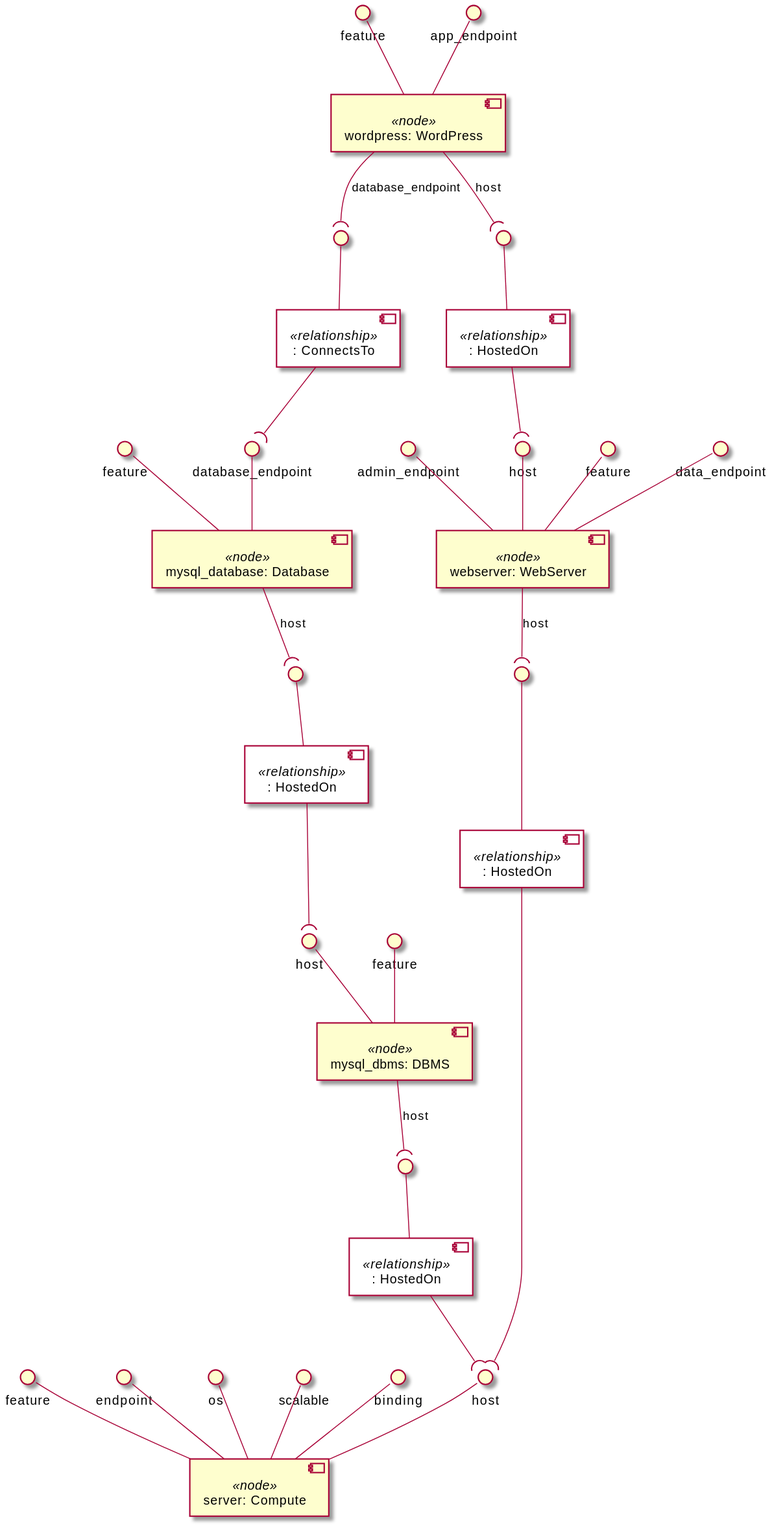
The PlantUML diagram examples/ariatosca/diagrams/uml2/webserver-dbms-1-1.0-uml2-component-diagram2.svg in Orange-OpenSource/Cloudnet-TOSCA-toolbox, before a commit. Source of this version:
```plantuml
@startuml
skinparam componentStyle uml2
skinparam component {
  backgroundColor<<relationship>> White
}

component "wordpress: WordPress" <<node>> as node_wordpress
interface "feature" as node_wordpress_feature
node_wordpress_feature -- node_wordpress
interface "app_endpoint" as node_wordpress_app_endpoint
node_wordpress_app_endpoint -- node_wordpress
component ": HostedOn" <<relationship>> as node_wordpress_host_relationship0
interface " " as node_wordpress_host_relationship0_source
node_wordpress_host_relationship0_source -- node_wordpress_host_relationship0
node_wordpress --( node_wordpress_host_relationship0_source : host
component ": ConnectsTo" <<relationship>> as node_wordpress_database_endpoint_relationship1
interface " " as node_wordpress_database_endpoint_relationship1_source
node_wordpress_database_endpoint_relationship1_source -- node_wordpress_database_endpoint_relationship1
node_wordpress --( node_wordpress_database_endpoint_relationship1_source : database_endpoint

component "mysql_database: Database" <<node>> as node_mysql_database
interface "feature" as node_mysql_database_feature
node_mysql_database_feature -- node_mysql_database
interface "database_endpoint" as node_mysql_database_database_endpoint
node_mysql_database_database_endpoint -- node_mysql_database
component ": HostedOn" <<relationship>> as node_mysql_database_host_relationship0
interface " " as node_mysql_database_host_relationship0_source
node_mysql_database_host_relationship0_source -- node_mysql_database_host_relationship0
node_mysql_database --( node_mysql_database_host_relationship0_source : host

component "mysql_dbms: DBMS" <<node>> as node_mysql_dbms
interface "feature" as node_mysql_dbms_feature
node_mysql_dbms_feature -- node_mysql_dbms
interface "host" as node_mysql_dbms_host
node_mysql_dbms_host -- node_mysql_dbms
component ": HostedOn" <<relationship>> as node_mysql_dbms_host_relationship0
interface " " as node_mysql_dbms_host_relationship0_source
node_mysql_dbms_host_relationship0_source -- node_mysql_dbms_host_relationship0
node_mysql_dbms --( node_mysql_dbms_host_relationship0_source : host

component "webserver: WebServer" <<node>> as node_webserver
interface "feature" as node_webserver_feature
node_webserver_feature -- node_webserver
interface "data_endpoint" as node_webserver_data_endpoint
node_webserver_data_endpoint -- node_webserver
interface "admin_endpoint" as node_webserver_admin_endpoint
node_webserver_admin_endpoint -- node_webserver
interface "host" as node_webserver_host
node_webserver_host -- node_webserver
component ": HostedOn" <<relationship>> as node_webserver_host_relationship0
interface " " as node_webserver_host_relationship0_source
node_webserver_host_relationship0_source -- node_webserver_host_relationship0
node_webserver --( node_webserver_host_relationship0_source : host

component "server: Compute" <<node>> as node_server
interface "feature" as node_server_feature
node_server_feature -- node_server
interface "host" as node_server_host
node_server_host -- node_server
interface "endpoint" as node_server_endpoint
node_server_endpoint -- node_server
interface "os" as node_server_os
node_server_os -- node_server
interface "scalable" as node_server_scalable
node_server_scalable -- node_server
interface "binding" as node_server_binding
node_server_binding -- node_server

node_wordpress_host_relationship0 --( node_webserver_host
node_wordpress_database_endpoint_relationship1 --( node_mysql_database_database_endpoint
node_mysql_database_host_relationship0 --( node_mysql_dbms_host
node_mysql_dbms_host_relationship0 --( node_server_host
node_webserver_host_relationship0 --( node_server_host
@enduml
```
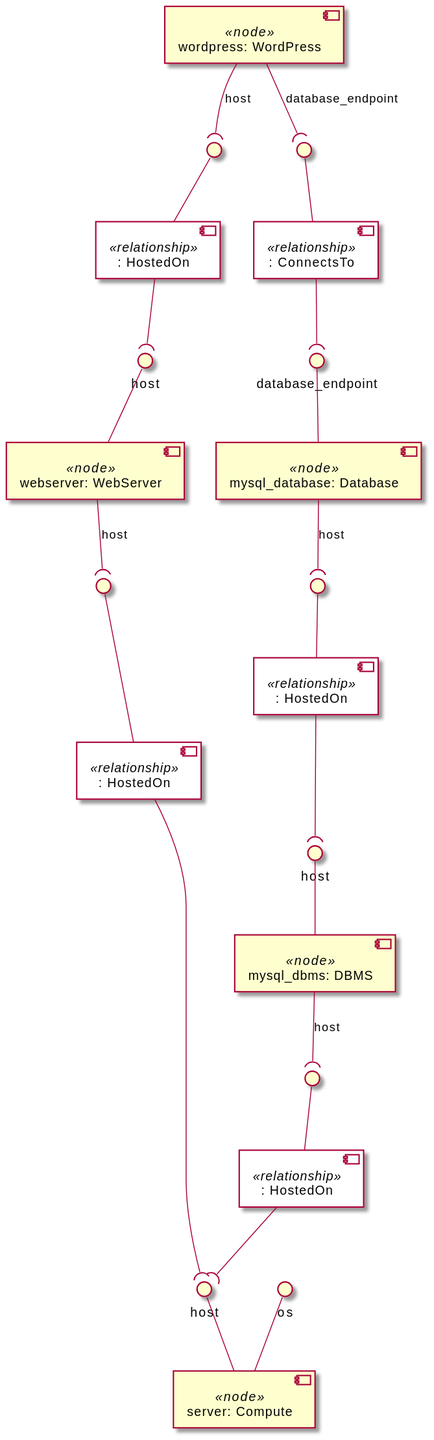
The same file after the commit.

The edit, as a diff of the source:
```diff
@@ -5,10 +5,6 @@
 }
 
 component "wordpress: WordPress" <<node>> as node_wordpress
-interface "feature" as node_wordpress_feature
-node_wordpress_feature -- node_wordpress
-interface "app_endpoint" as node_wordpress_app_endpoint
-node_wordpress_app_endpoint -- node_wordpress
 component ": HostedOn" <<relationship>> as node_wordpress_host_relationship0
 interface " " as node_wordpress_host_relationship0_source
 node_wordpress_host_relationship0_source -- node_wordpress_host_relationship0
@@ -19,8 +15,6 @@
 node_wordpress --( node_wordpress_database_endpoint_relationship1_source : database_endpoint
 
 component "mysql_database: Database" <<node>> as node_mysql_database
-interface "feature" as node_mysql_database_feature
-node_mysql_database_feature -- node_mysql_database
 interface "database_endpoint" as node_mysql_database_database_endpoint
 node_mysql_database_database_endpoint -- node_mysql_database
 component ": HostedOn" <<relationship>> as node_mysql_database_host_relationship0
@@ -29,8 +23,6 @@
 node_mysql_database --( node_mysql_database_host_relationship0_source : host
 
 component "mysql_dbms: DBMS" <<node>> as node_mysql_dbms
-interface "feature" as node_mysql_dbms_feature
-node_mysql_dbms_feature -- node_mysql_dbms
 interface "host" as node_mysql_dbms_host
 node_mysql_dbms_host -- node_mysql_dbms
 component ": HostedOn" <<relationship>> as node_mysql_dbms_host_relationship0
@@ -39,12 +31,6 @@
 node_mysql_dbms --( node_mysql_dbms_host_relationship0_source : host
 
 component "webserver: WebServer" <<node>> as node_webserver
-interface "feature" as node_webserver_feature
-node_webserver_feature -- node_webserver
-interface "data_endpoint" as node_webserver_data_endpoint
-node_webserver_data_endpoint -- node_webserver
-interface "admin_endpoint" as node_webserver_admin_endpoint
-node_webserver_admin_endpoint -- node_webserver
 interface "host" as node_webserver_host
 node_webserver_host -- node_webserver
 component ": HostedOn" <<relationship>> as node_webserver_host_relationship0
@@ -53,18 +39,10 @@
 node_webserver --( node_webserver_host_relationship0_source : host
 
 component "server: Compute" <<node>> as node_server
-interface "feature" as node_server_feature
-node_server_feature -- node_server
+interface "os" as node_server_os
+node_server_os -- node_server
 interface "host" as node_server_host
 node_server_host -- node_server
-interface "endpoint" as node_server_endpoint
-node_server_endpoint -- node_server
-interface "os" as node_server_os
-node_server_os -- node_server
-interface "scalable" as node_server_scalable
-node_server_scalable -- node_server
-interface "binding" as node_server_binding
-node_server_binding -- node_server
 
 node_wordpress_host_relationship0 --( node_webserver_host
 node_wordpress_database_endpoint_relationship1 --( node_mysql_database_database_endpoint
```
